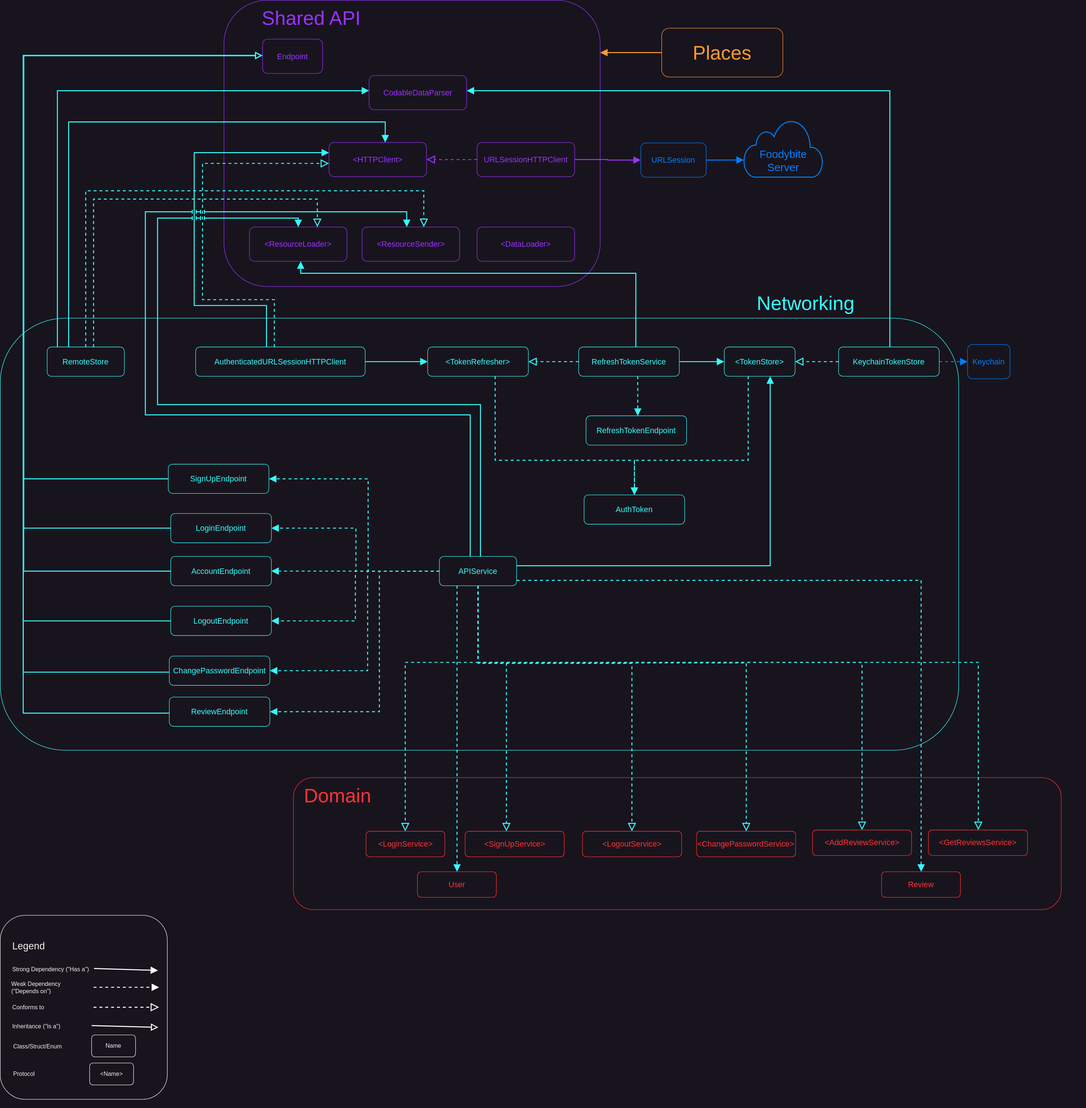
marian-stanciulica/Foodybite keeps this draw.io diagram as Diagrams/Networking.svg. Above is the earlier version. Source tidied: cells renumbered, new cells last; positions are measured from the earlier drawing's top-left corner, leaving out a move shared by most shapes.
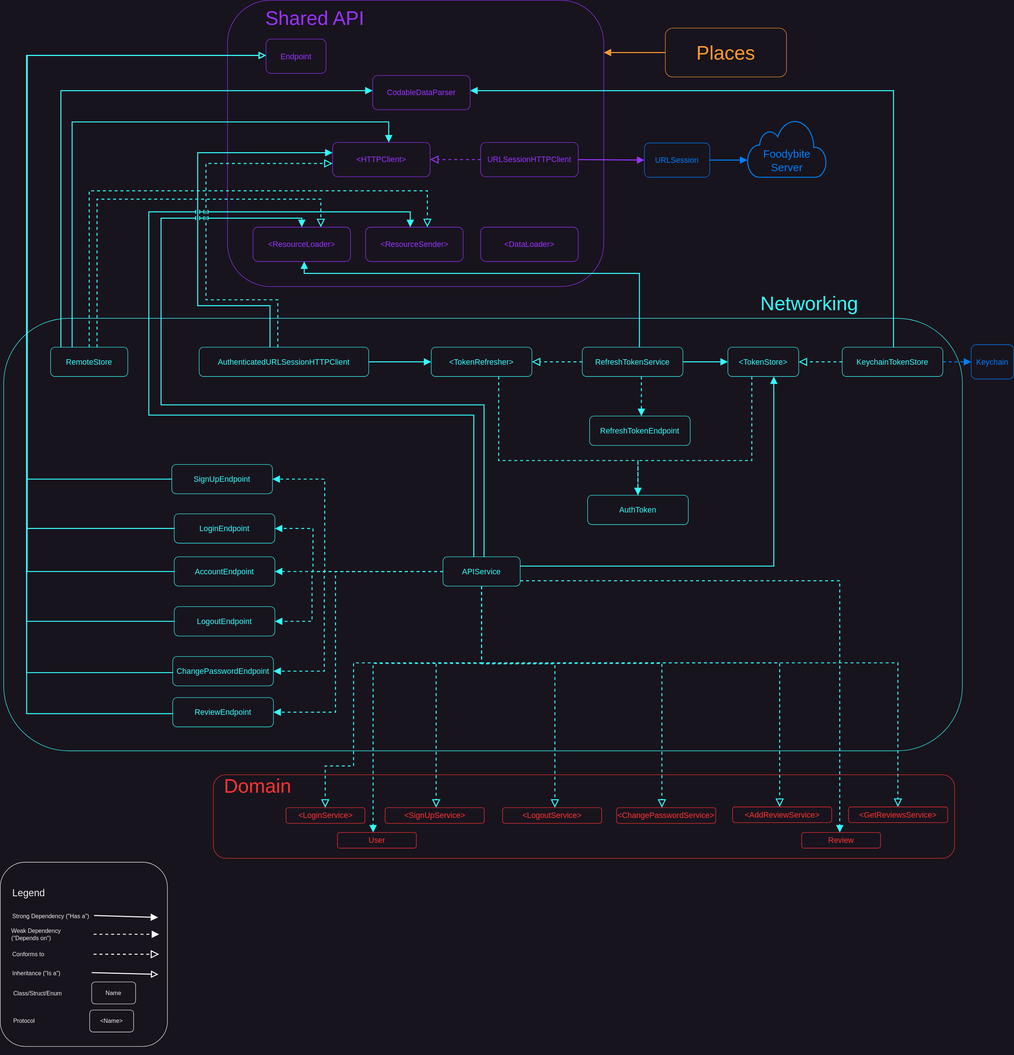
After the commit.

Commit message:
Networking diagram added

The edit, as a diff of the source:
```diff
@@ -5,39 +5,6 @@
     <mxCell id="2" style="rounded=1;whiteSpace=wrap;html=1;fontFamily=Helvetica;fontSize=11;fontColor=#33FFFF;fillColor=none;gradientColor=none;strokeColor=#33FFFF;" parent="1" vertex="1">
       <mxGeometry y="651" width="1962" height="885" as="geometry" />
     </mxCell>
-    <mxCell id="3" style="group;" parent="1" vertex="1">
-      <mxGeometry x="600" y="1592" width="1622" height="444" as="geometry" />
-    </mxCell>
-    <mxCell id="4" style="rounded=1;whiteSpace=wrap;html=1;fontFamily=Helvetica;fontSize=11;fontColor=#FF3333;fillColor=none;strokeColor=#FF3333;" parent="3" vertex="1">
-      <mxGeometry width="1571.8" height="270.4" as="geometry" />
-    </mxCell>
-    <mxCell id="5" value="Domain" style="text;html=1;strokeColor=none;fillColor=none;align=left;verticalAlign=middle;whiteSpace=wrap;rounded=0;fontSize=40;fontFamily=Helvetica;fontColor=#FF3333;" parent="3" vertex="1">
-      <mxGeometry x="20" y="22.7" width="223.6" height="26.2" as="geometry" />
-    </mxCell>
-    <mxCell id="6" value="&amp;lt;LoginService&amp;gt;" style="rounded=1;whiteSpace=wrap;html=1;fontSize=16;fontColor=#FF3333;fillColor=none;strokeColor=#FF3333;" parent="3" vertex="1">
-      <mxGeometry x="148.7" y="109.9" width="161.5" height="52.3" as="geometry" />
-    </mxCell>
-    <mxCell id="7" value="&amp;lt;SignUpService&amp;gt;" style="rounded=1;whiteSpace=wrap;html=1;fontSize=16;fontColor=#FF3333;fillColor=none;strokeColor=#FF3333;" parent="3" vertex="1">
-      <mxGeometry x="351.6" y="109.9" width="202.9" height="52.3" as="geometry" />
-    </mxCell>
-    <mxCell id="8" value="&amp;lt;ChangePasswordService&amp;gt;" style="rounded=1;whiteSpace=wrap;html=1;fontSize=16;fontColor=#FF3333;fillColor=none;strokeColor=#FF3333;" parent="3" vertex="1">
-      <mxGeometry x="825.3" y="109.9" width="202.9" height="52.3" as="geometry" />
-    </mxCell>
-    <mxCell id="9" value="&amp;lt;LogoutService&amp;gt;" style="rounded=1;whiteSpace=wrap;html=1;fontSize=16;fontColor=#FF3333;fillColor=none;strokeColor=#FF3333;" parent="3" vertex="1">
-      <mxGeometry x="591.9" y="109.9" width="202.9" height="52.3" as="geometry" />
-    </mxCell>
-    <mxCell id="10" value="&amp;lt;AddReviewService&amp;gt;" style="rounded=1;whiteSpace=wrap;html=1;fontSize=16;fontColor=#FF3333;fillColor=none;strokeColor=#FF3333;" parent="3" vertex="1">
-      <mxGeometry x="1062.6" y="107.3" width="202.9" height="52.3" as="geometry" />
-    </mxCell>
-    <mxCell id="11" value="&amp;lt;GetReviewsService&amp;gt;" style="rounded=1;whiteSpace=wrap;html=1;fontSize=16;fontColor=#FF3333;fillColor=none;strokeColor=#FF3333;" parent="3" vertex="1">
-      <mxGeometry x="1300" y="107.3" width="202.9" height="52.3" as="geometry" />
-    </mxCell>
-    <mxCell id="12" value="User" style="rounded=1;whiteSpace=wrap;html=1;fontSize=16;fontColor=#FF3333;fillColor=none;strokeColor=#FF3333;" parent="3" vertex="1">
-      <mxGeometry x="254" y="192.8" width="161.5" height="52.3" as="geometry" />
-    </mxCell>
-    <mxCell id="13" value="Review" style="rounded=1;whiteSpace=wrap;html=1;fontSize=16;fontColor=#FF3333;fillColor=none;strokeColor=#FF3333;" parent="3" vertex="1">
-      <mxGeometry x="1204" y="192.8" width="161.5" height="52.3" as="geometry" />
-    </mxCell>
     <mxCell id="14" style="group;fontColor=#9933FF;strokeColor=none;" parent="1" vertex="1">
       <mxGeometry x="458" width="770" height="586" as="geometry" />
     </mxCell>
@@ -202,7 +169,9 @@
       <mxGeometry relative="1" as="geometry">
         <Array as="points">
           <mxPoint x="978" y="1356" />
-          <mxPoint x="829" y="1356" />
+          <mxPoint x="716" y="1356" />
+          <mxPoint x="716" y="1567" />
+          <mxPoint x="658" y="1567" />
         </Array>
       </mxGeometry>
     </mxCell>
@@ -210,7 +179,7 @@
       <mxGeometry relative="1" as="geometry">
         <Array as="points">
           <mxPoint x="978" y="1356" />
-          <mxPoint x="1036" y="1356" />
+          <mxPoint x="885" y="1356" />
         </Array>
       </mxGeometry>
     </mxCell>
@@ -218,7 +187,7 @@
       <mxGeometry relative="1" as="geometry">
         <Array as="points">
           <mxPoint x="978" y="1358" />
-          <mxPoint x="1293" y="1358" />
+          <mxPoint x="1128" y="1358" />
         </Array>
       </mxGeometry>
     </mxCell>
@@ -226,7 +195,7 @@
       <mxGeometry relative="1" as="geometry">
         <Array as="points">
           <mxPoint x="978" y="1357" />
-          <mxPoint x="1527" y="1357" />
+          <mxPoint x="1347" y="1357" />
         </Array>
       </mxGeometry>
     </mxCell>
@@ -234,7 +203,7 @@
       <mxGeometry relative="1" as="geometry">
         <Array as="points">
           <mxPoint x="978" y="1356" />
-          <mxPoint x="1764" y="1356" />
+          <mxPoint x="1588" y="1356" />
         </Array>
       </mxGeometry>
     </mxCell>
@@ -242,22 +211,22 @@
       <mxGeometry relative="1" as="geometry">
         <Array as="points">
           <mxPoint x="978" y="1356" />
-          <mxPoint x="2002" y="1356" />
+          <mxPoint x="1830" y="1356" />
         </Array>
       </mxGeometry>
     </mxCell>
     <mxCell id="47" style="edgeStyle=orthogonalEdgeStyle;shape=connector;rounded=0;jettySize=auto;html=1;dashed=1;labelBackgroundColor=default;strokeColor=#33FFFF;strokeWidth=2;fontFamily=Helvetica;fontSize=11;fontColor=default;endArrow=block;endFill=1;endSize=10;fillColor=#f0a30a;" parent="1" edge="1" source="80" target="12">
       <mxGeometry relative="1" as="geometry">
         <Array as="points">
-          <mxPoint x="935" y="1332" />
-          <mxPoint x="935" y="1332" />
+          <mxPoint x="978" y="1357" />
+          <mxPoint x="756" y="1357" />
         </Array>
       </mxGeometry>
     </mxCell>
     <mxCell id="48" style="edgeStyle=orthogonalEdgeStyle;shape=connector;rounded=0;jettySize=auto;html=1;dashed=1;labelBackgroundColor=default;strokeColor=#33FFFF;strokeWidth=2;fontFamily=Helvetica;fontSize=11;fontColor=default;endArrow=block;endFill=1;endSize=10;fillColor=#f0a30a;" parent="1" edge="1" source="80" target="13">
       <mxGeometry relative="1" as="geometry">
         <Array as="points">
-          <mxPoint x="1885" y="1188" />
+          <mxPoint x="1711" y="1188" />
         </Array>
       </mxGeometry>
     </mxCell>
@@ -367,16 +336,16 @@
     <mxCell id="74" style="edgeStyle=orthogonalEdgeStyle;shape=connector;rounded=0;jettySize=auto;html=1;dashed=1;labelBackgroundColor=default;strokeColor=#33FFFF;strokeWidth=2;fontFamily=Helvetica;fontSize=11;fontColor=#33FFFF;endArrow=block;endFill=1;endSize=10;fillColor=#f0a30a;" parent="1" edge="1" source="80" target="60">
       <mxGeometry relative="1" as="geometry">
         <Array as="points">
-          <mxPoint x="753" y="1169" />
-          <mxPoint x="753" y="980" />
+          <mxPoint x="657" y="1169" />
+          <mxPoint x="657" y="980" />
         </Array>
       </mxGeometry>
     </mxCell>
     <mxCell id="75" style="edgeStyle=orthogonalEdgeStyle;shape=connector;rounded=0;jettySize=auto;html=1;dashed=1;labelBackgroundColor=default;strokeColor=#33FFFF;strokeWidth=2;fontFamily=Helvetica;fontSize=11;fontColor=#33FFFF;endArrow=block;endFill=1;endSize=10;fillColor=#f0a30a;" parent="1" edge="1" source="80" target="61">
       <mxGeometry relative="1" as="geometry">
         <Array as="points">
-          <mxPoint x="728" y="1169" />
-          <mxPoint x="728" y="1081" />
+          <mxPoint x="633" y="1169" />
+          <mxPoint x="633" y="1081" />
         </Array>
       </mxGeometry>
     </mxCell>
@@ -386,24 +355,24 @@
     <mxCell id="77" style="edgeStyle=orthogonalEdgeStyle;shape=connector;rounded=0;jettySize=auto;html=1;dashed=1;labelBackgroundColor=default;strokeColor=#33FFFF;strokeWidth=2;fontFamily=Helvetica;fontSize=11;fontColor=#33FFFF;endArrow=block;endFill=1;endSize=10;fillColor=#f0a30a;" parent="1" edge="1" source="80" target="65">
       <mxGeometry relative="1" as="geometry">
         <Array as="points">
-          <mxPoint x="727" y="1169" />
-          <mxPoint x="727" y="1271" />
+          <mxPoint x="631" y="1169" />
+          <mxPoint x="631" y="1271" />
         </Array>
       </mxGeometry>
     </mxCell>
     <mxCell id="78" style="edgeStyle=orthogonalEdgeStyle;shape=connector;rounded=0;jettySize=auto;html=1;dashed=1;labelBackgroundColor=default;strokeColor=#33FFFF;strokeWidth=2;fontFamily=Helvetica;fontSize=11;fontColor=#33FFFF;endArrow=block;endFill=1;endSize=10;fillColor=#f0a30a;" parent="1" edge="1" source="80" target="66">
       <mxGeometry relative="1" as="geometry">
         <Array as="points">
-          <mxPoint x="752" y="1169" />
-          <mxPoint x="752" y="1373" />
+          <mxPoint x="656" y="1169" />
+          <mxPoint x="656" y="1373" />
         </Array>
       </mxGeometry>
     </mxCell>
     <mxCell id="79" style="edgeStyle=orthogonalEdgeStyle;shape=connector;rounded=0;jettySize=auto;html=1;dashed=1;labelBackgroundColor=default;strokeColor=#33FFFF;strokeWidth=2;fontFamily=Helvetica;fontSize=11;fontColor=#33FFFF;endArrow=block;endFill=1;endSize=10;fillColor=#f0a30a;" parent="1" edge="1" source="80" target="67">
       <mxGeometry relative="1" as="geometry">
         <Array as="points">
-          <mxPoint x="776" y="1169" />
-          <mxPoint x="776" y="1457" />
+          <mxPoint x="679" y="1169" />
+          <mxPoint x="679" y="1457" />
         </Array>
       </mxGeometry>
     </mxCell>
@@ -414,7 +383,7 @@
       <mxGeometry x="1518" y="602" width="262.1" height="35.1" as="geometry" />
     </mxCell>
     <mxCell id="82" style="group;" parent="1" vertex="1">
-      <mxGeometry y="1874" width="342" height="394" as="geometry" />
+      <mxGeometry x="-7" y="1764" width="342" height="394" as="geometry" />
     </mxCell>
     <mxCell id="83" style="rounded=1;whiteSpace=wrap;html=1;fontSize=20;fontColor=none;noLabel=1;" parent="82" vertex="1">
       <mxGeometry width="342" height="377" as="geometry" />
@@ -490,5 +459,35 @@
     <mxCell id="102" value="Keychain" style="rounded=1;whiteSpace=wrap;html=1;fontSize=16;fontColor=#007FFF;strokeColor=#007FFF;" parent="1" vertex="1">
       <mxGeometry x="1980" y="704.9" width="87" height="70.2" as="geometry" />
     </mxCell>
+    <mxCell id="4" style="rounded=1;whiteSpace=wrap;html=1;fontFamily=Helvetica;fontSize=11;fontColor=#FF3333;fillColor=none;strokeColor=#FF3333;" parent="1" vertex="1">
+      <mxGeometry x="429" y="1585" width="1517" height="171" as="geometry" />
+    </mxCell>
+    <mxCell id="5" value="Domain" style="text;html=1;strokeColor=none;fillColor=none;align=left;verticalAlign=middle;whiteSpace=wrap;rounded=0;fontSize=40;fontFamily=Helvetica;fontColor=#FF3333;" parent="1" vertex="1">
+      <mxGeometry x="449" y="1598.9" width="223.6" height="16" as="geometry" />
+    </mxCell>
+    <mxCell id="6" value="&amp;lt;LoginService&amp;gt;" style="rounded=1;whiteSpace=wrap;html=1;fontSize=16;fontColor=#FF3333;fillColor=none;strokeColor=#FF3333;" parent="1" vertex="1">
+      <mxGeometry x="577.7" y="1652.3" width="161.5" height="32.1" as="geometry" />
+    </mxCell>
+    <mxCell id="7" value="&amp;lt;SignUpService&amp;gt;" style="rounded=1;whiteSpace=wrap;html=1;fontSize=16;fontColor=#FF3333;fillColor=none;strokeColor=#FF3333;" parent="1" vertex="1">
+      <mxGeometry x="780.6" y="1652.3" width="202.9" height="32.1" as="geometry" />
+    </mxCell>
+    <mxCell id="8" value="&amp;lt;ChangePasswordService&amp;gt;" style="rounded=1;whiteSpace=wrap;html=1;fontSize=16;fontColor=#FF3333;fillColor=none;strokeColor=#FF3333;" parent="1" vertex="1">
+      <mxGeometry x="1254.3" y="1652.3" width="202.9" height="32.1" as="geometry" />
+    </mxCell>
+    <mxCell id="9" value="&amp;lt;LogoutService&amp;gt;" style="rounded=1;whiteSpace=wrap;html=1;fontSize=16;fontColor=#FF3333;fillColor=none;strokeColor=#FF3333;" parent="1" vertex="1">
+      <mxGeometry x="1020.9" y="1652.3" width="202.9" height="32.1" as="geometry" />
+    </mxCell>
+    <mxCell id="10" value="&amp;lt;AddReviewService&amp;gt;" style="rounded=1;whiteSpace=wrap;html=1;fontSize=16;fontColor=#FF3333;fillColor=none;strokeColor=#FF3333;" parent="1" vertex="1">
+      <mxGeometry x="1491.6" y="1650.7" width="202.9" height="32.1" as="geometry" />
+    </mxCell>
+    <mxCell id="11" value="&amp;lt;GetReviewsService&amp;gt;" style="rounded=1;whiteSpace=wrap;html=1;fontSize=16;fontColor=#FF3333;fillColor=none;strokeColor=#FF3333;" parent="1" vertex="1">
+      <mxGeometry x="1729" y="1650.7" width="202.9" height="32.1" as="geometry" />
+    </mxCell>
+    <mxCell id="12" value="User" style="rounded=1;whiteSpace=wrap;html=1;fontSize=16;fontColor=#FF3333;fillColor=none;strokeColor=#FF3333;" parent="1" vertex="1">
+      <mxGeometry x="683" y="1703.1" width="161.5" height="32.1" as="geometry" />
+    </mxCell>
+    <mxCell id="13" value="Review" style="rounded=1;whiteSpace=wrap;html=1;fontSize=16;fontColor=#FF3333;fillColor=none;strokeColor=#FF3333;" parent="1" vertex="1">
+      <mxGeometry x="1633" y="1703.1" width="161.5" height="32.1" as="geometry" />
+    </mxCell>
   </root>
 </mxGraphModel>
```
